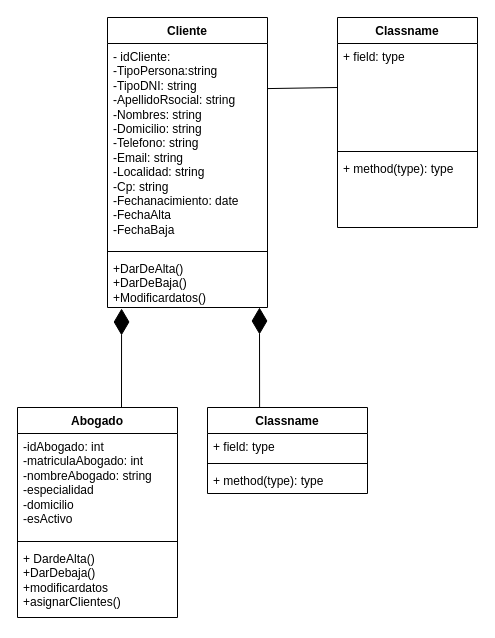
Earlier version of the draw.io diagram Diagrama sin título.drawio (OrianaLapenta/gato). Source tidied: cells renumbered, new cells numbered last; positions are measured from the earlier drawing's top-left corner, leaving out a move shared by most shapes. Both pictures are drawn from the tidied source at 100%, with x=0, y=0 at pixel (17, 17).
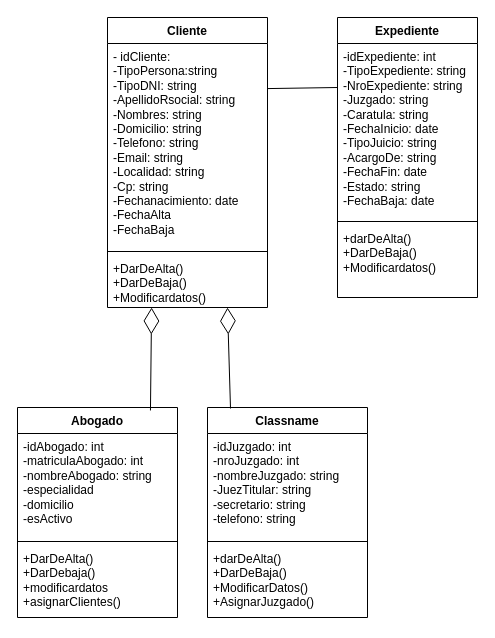
After the change.

The change refers to these unchanged cells:
```xml
<mxCell id="5" value="&lt;div&gt;+DarDeAlta()&lt;/div&gt;&lt;div&gt;+DarDeBaja()&lt;/div&gt;&lt;div&gt;+Modificardatos()&lt;/div&gt;" style="text;strokeColor=none;fillColor=none;align=left;verticalAlign=top;spacingLeft=4;spacingRight=4;overflow=hidden;points=[[0,0.5],[1,0.5]];portConstraint=eastwest;whiteSpace=wrap;html=1;" parent="2" vertex="1">
  <mxGeometry y="238" width="160" height="52" as="geometry" />
</mxCell>
<mxCell id="6" value="Abogado" style="swimlane;fontStyle=1;align=center;verticalAlign=top;horizontal=1;startSize=26;whiteSpace=wrap;html=1;" parent="1" vertex="1">
  <mxGeometry y="390" width="160" height="210" as="geometry" />
</mxCell>
```

Diff of the diagram source:
```diff
@@
-    <mxCell id="9" value="&lt;div&gt;+ DardeAlta()&lt;/div&gt;&lt;div&gt;+DarDebaja()&lt;/div&gt;&lt;div&gt;+modificardatos&lt;/div&gt;&lt;div&gt;+asignarClientes()&lt;/div&gt;" style="text;strokeColor=none;fillColor=none;align=left;verticalAlign=top;spacingLeft=4;spacingRight=4;overflow=hidden;whiteSpace=wrap;html=1;" parent="6" vertex="1">
+    <mxCell id="9" value="&lt;div&gt;+DarDeAlta()&lt;/div&gt;&lt;div&gt;+DarDebaja()&lt;/div&gt;&lt;div&gt;+modificardatos&lt;/div&gt;&lt;div&gt;+asignarClientes()&lt;/div&gt;" style="text;strokeColor=none;fillColor=none;align=left;verticalAlign=top;spacingLeft=4;spacingRight=4;overflow=hidden;whiteSpace=wrap;html=1;" parent="6" vertex="1">
       <mxGeometry y="138" width="160" height="72" as="geometry" />
     </mxCell>
     <mxCell id="10" value="Classname" style="swimlane;fontStyle=1;align=center;verticalAlign=top;horizontal=1;startSize=26;whiteSpace=wrap;html=1;" parent="1" vertex="1">
-      <mxGeometry x="190" y="390" width="160" height="86" as="geometry" />
+      <mxGeometry x="190" y="390" width="160" height="210" as="geometry" />
     </mxCell>
-    <mxCell id="11" value="+ field: type" style="text;strokeColor=none;fillColor=none;align=left;verticalAlign=top;spacingLeft=4;spacingRight=4;overflow=hidden;whiteSpace=wrap;html=1;" parent="10" vertex="1">
-      <mxGeometry y="26" width="160" height="26" as="geometry" />
+    <mxCell id="11" value="&lt;div&gt;-idJuzgado: int&lt;/div&gt;&lt;div&gt;-nroJuzgado: int&lt;/div&gt;&lt;div&gt;-nombreJuzgado: string&lt;/div&gt;&lt;div&gt;-JuezTitular: string&lt;/div&gt;&lt;div&gt;-secretario: string&lt;/div&gt;&lt;div&gt;-telefono: string&lt;/div&gt;" style="text;strokeColor=none;fillColor=none;align=left;verticalAlign=top;spacingLeft=4;spacingRight=4;overflow=hidden;whiteSpace=wrap;html=1;" parent="10" vertex="1">
+      <mxGeometry y="26" width="160" height="104" as="geometry" />
     </mxCell>
     <mxCell id="12" style="line;strokeWidth=1;fillColor=none;align=left;verticalAlign=middle;spacingTop=-1;spacingLeft=3;spacingRight=3;labelPosition=right;strokeColor=inherit;" parent="10" vertex="1">
-      <mxGeometry y="52" width="160" height="8" as="geometry" />
+      <mxGeometry y="130" width="160" height="8" as="geometry" />
     </mxCell>
-    <mxCell id="13" value="+ method(type): type" style="text;strokeColor=none;fillColor=none;align=left;verticalAlign=top;spacingLeft=4;spacingRight=4;overflow=hidden;whiteSpace=wrap;html=1;" parent="10" vertex="1">
-      <mxGeometry y="60" width="160" height="26" as="geometry" />
+    <mxCell id="13" value="&lt;div&gt;+darDeAlta()&lt;/div&gt;&lt;div&gt;+DarDeBaja()&lt;/div&gt;&lt;div&gt;+ModificarDatos()&lt;/div&gt;&lt;div&gt;+AsignarJuzgado()&lt;/div&gt;" style="text;strokeColor=none;fillColor=none;align=left;verticalAlign=top;spacingLeft=4;spacingRight=4;overflow=hidden;whiteSpace=wrap;html=1;" parent="10" vertex="1">
+      <mxGeometry y="138" width="160" height="72" as="geometry" />
     </mxCell>
-    <mxCell id="14" style="endArrow=diamondThin;endFill=1;endSize=24;html=1;rounded=0;entryX=0.088;entryY=1.019;entryDx=0;entryDy=0;entryPerimeter=0;" parent="1" edge="1" target="5">
-      <mxGeometry relative="1" as="geometry">
-        <mxPoint x="104" y="390" as="sourcePoint" />
-      </mxGeometry>
-    </mxCell>
-    <mxCell id="15" style="endArrow=diamondThin;endFill=1;endSize=24;html=1;rounded=0;exitX=0.313;exitY=-0.047;exitDx=0;exitDy=0;exitPerimeter=0;" parent="1" edge="1">
-      <mxGeometry relative="1" as="geometry">
-        <mxPoint x="242.1" y="390" as="sourcePoint" />
-        <mxPoint x="242" y="290" as="targetPoint" />
-      </mxGeometry>
-    </mxCell>
-    <mxCell id="16" value="Classname" style="swimlane;fontStyle=1;align=center;verticalAlign=top;horizontal=1;startSize=26;whiteSpace=wrap;html=1;" parent="1" vertex="1">
-      <mxGeometry x="320" width="140" height="210" as="geometry" />
+    <mxCell id="16" value="Expediente" style="swimlane;fontStyle=1;align=center;verticalAlign=top;horizontal=1;startSize=26;whiteSpace=wrap;html=1;" parent="1" vertex="1">
+      <mxGeometry x="320" width="140" height="280" as="geometry" />
     </mxCell>
-    <mxCell id="17" value="+ field: type" style="text;strokeColor=none;fillColor=none;align=left;verticalAlign=top;spacingLeft=4;spacingRight=4;overflow=hidden;whiteSpace=wrap;html=1;" parent="16" vertex="1">
-      <mxGeometry y="26" width="140" height="104" as="geometry" />
+    <mxCell id="17" value="&lt;div&gt;-idExpediente: int&lt;/div&gt;&lt;div&gt;-TipoExpediente: string&lt;/div&gt;&lt;div&gt;-NroExpediente: string&lt;/div&gt;&lt;div&gt;-Juzgado: string&lt;/div&gt;&lt;div&gt;-Caratula: string&lt;/div&gt;&lt;div&gt;-FechaInicio: date&lt;/div&gt;&lt;div&gt;-TipoJuicio: string&lt;/div&gt;&lt;div&gt;-AcargoDe: string&lt;/div&gt;&lt;div&gt;-FechaFin: date&lt;/div&gt;&lt;div&gt;-Estado: string&lt;/div&gt;&lt;div&gt;-FechaBaja: date&lt;/div&gt;" style="text;strokeColor=none;fillColor=none;align=left;verticalAlign=top;spacingLeft=4;spacingRight=4;overflow=hidden;whiteSpace=wrap;html=1;" parent="16" vertex="1">
+      <mxGeometry y="26" width="140" height="174" as="geometry" />
     </mxCell>
     <mxCell id="18" style="line;strokeWidth=1;fillColor=none;align=left;verticalAlign=middle;spacingTop=-1;spacingLeft=3;spacingRight=3;labelPosition=right;strokeColor=inherit;" parent="16" vertex="1">
-      <mxGeometry y="130" width="140" height="8" as="geometry" />
+      <mxGeometry y="200" width="140" height="8" as="geometry" />
     </mxCell>
-    <mxCell id="19" value="+ method(type): type" style="text;strokeColor=none;fillColor=none;align=left;verticalAlign=top;spacingLeft=4;spacingRight=4;overflow=hidden;whiteSpace=wrap;html=1;" parent="16" vertex="1">
-      <mxGeometry y="138" width="140" height="72" as="geometry" />
+    <mxCell id="19" value="&lt;div&gt;+darDeAlta()&lt;/div&gt;&lt;div&gt;+DarDeBaja()&lt;/div&gt;&lt;div&gt;+Modificardatos()&lt;/div&gt;" style="text;strokeColor=none;fillColor=none;align=left;verticalAlign=top;spacingLeft=4;spacingRight=4;overflow=hidden;whiteSpace=wrap;html=1;" parent="16" vertex="1">
+      <mxGeometry y="208" width="140" height="72" as="geometry" />
     </mxCell>
@@
+    <mxCell id="21" style="endArrow=diamondThin;endFill=0;endSize=24;html=1;rounded=0;entryX=0.213;entryY=0.942;entryDx=0;entryDy=0;entryPerimeter=0;exitX=0.831;exitY=0.014;exitDx=0;exitDy=0;exitPerimeter=0;" parent="1" edge="1" source="6">
+      <mxGeometry relative="1" as="geometry">
+        <mxPoint x="134.1" y="290" as="targetPoint" />
+      </mxGeometry>
+    </mxCell>
+    <mxCell id="22" style="endArrow=diamondThin;endFill=0;endSize=24;html=1;rounded=0;exitX=0.1;exitY=0.012;exitDx=0;exitDy=0;exitPerimeter=0;" parent="1" edge="1">
+      <mxGeometry relative="1" as="geometry">
+        <mxPoint x="213" y="391" as="sourcePoint" />
+        <mxPoint x="210" y="290" as="targetPoint" />
+      </mxGeometry>
+    </mxCell>
```
